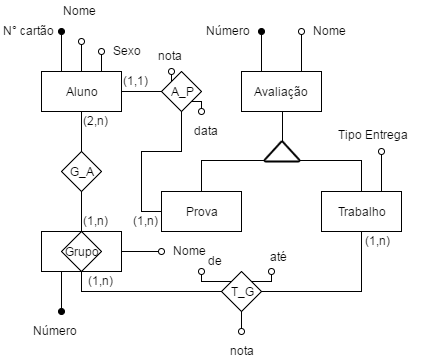
This is T1/pdf/imgs/ine5423_diagram1.png from mrcaique/ufsc-ine5423, a draw.io export, as it was before one commit. Source tidied: cells renumbered, new cells last; positions are measured from the earlier drawing's top-left corner, leaving out a move shared by most shapes.
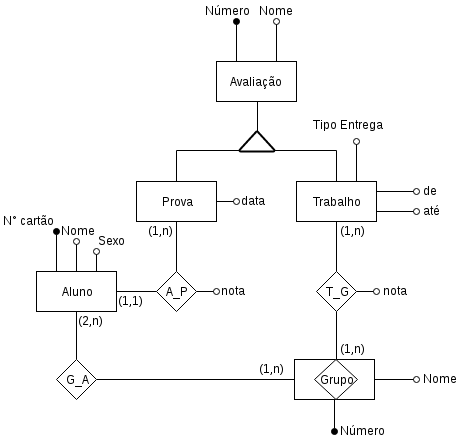
After the change.

What changed in the source:
```diff
@@ -2,29 +2,26 @@
   <root>
     <mxCell id="0" />
     <mxCell id="1" parent="0" />
-    <mxCell id="2" style="edgeStyle=orthogonalEdgeStyle;rounded=0;html=1;exitX=1;exitY=0.5;entryX=0;entryY=0.5;jettySize=auto;endArrow=none;endFill=0;" parent="1" edge="1" source="7" target="23">
-      <mxGeometry relative="1" as="geometry" />
-    </mxCell>
     <mxCell id="3" style="edgeStyle=orthogonalEdgeStyle;rounded=0;html=1;exitX=0.5;exitY=1;entryX=0.5;entryY=0;endArrow=none;endFill=0;jettySize=auto;" parent="1" edge="1" source="7" target="25">
       <mxGeometry relative="1" as="geometry" />
     </mxCell>
     <mxCell id="4" style="edgeStyle=orthogonalEdgeStyle;rounded=0;html=1;exitX=0.25;exitY=0;endArrow=oval;endFill=1;jettySize=auto;" parent="1" edge="1" source="7">
       <mxGeometry relative="1" as="geometry">
-        <mxPoint x="60" y="30" as="targetPoint" />
+        <mxPoint x="80" y="240" as="targetPoint" />
       </mxGeometry>
     </mxCell>
     <mxCell id="5" style="edgeStyle=orthogonalEdgeStyle;rounded=0;html=1;exitX=0.5;exitY=0;endArrow=oval;endFill=0;jettySize=auto;" parent="1" edge="1" source="7">
       <mxGeometry relative="1" as="geometry">
-        <mxPoint x="80" y="40" as="targetPoint" />
+        <mxPoint x="100" y="250" as="targetPoint" />
       </mxGeometry>
     </mxCell>
     <mxCell id="6" style="edgeStyle=orthogonalEdgeStyle;rounded=0;html=1;exitX=0.75;exitY=0;endArrow=oval;endFill=0;jettySize=auto;" parent="1" edge="1" source="7">
       <mxGeometry relative="1" as="geometry">
-        <mxPoint x="100" y="50" as="targetPoint" />
+        <mxPoint x="120" y="260" as="targetPoint" />
       </mxGeometry>
     </mxCell>
     <mxCell id="7" value="Aluno" style="whiteSpace=wrap;html=1;" parent="1" vertex="1">
-      <mxGeometry x="40" y="70" width="80" height="40" as="geometry" />
+      <mxGeometry x="60" y="280" width="80" height="40" as="geometry" />
     </mxCell>
     <mxCell id="8" style="edgeStyle=orthogonalEdgeStyle;rounded=0;html=1;exitX=0.5;exitY=1;entryX=0.5;entryY=0;entryPerimeter=0;endArrow=none;endFill=0;jettySize=auto;" parent="1" edge="1" source="11" target="32">
       <mxGeometry relative="1" as="geometry" />
@@ -42,22 +39,27 @@
     <mxCell id="11" value="Avaliação" style="whiteSpace=wrap;html=1;" parent="1" vertex="1">
       <mxGeometry x="240" y="70" width="80" height="40" as="geometry" />
     </mxCell>
-    <mxCell id="12" style="edgeStyle=orthogonalEdgeStyle;rounded=0;html=1;exitX=0.5;exitY=1;entryX=0;entryY=0.5;endArrow=none;endFill=0;jettySize=auto;" parent="1" edge="1" source="15" target="30">
-      <mxGeometry relative="1" as="geometry" />
-    </mxCell>
-    <mxCell id="13" style="edgeStyle=orthogonalEdgeStyle;rounded=0;html=1;exitX=0.25;exitY=1;endArrow=oval;endFill=1;jettySize=auto;" parent="1" edge="1" source="15">
-      <mxGeometry relative="1" as="geometry">
-        <mxPoint x="60" y="310" as="targetPoint" />
-      </mxGeometry>
-    </mxCell>
-    <mxCell id="14" style="edgeStyle=orthogonalEdgeStyle;rounded=0;html=1;exitX=1;exitY=0.5;endArrow=oval;endFill=0;jettySize=auto;" parent="1" edge="1" source="15">
-      <mxGeometry relative="1" as="geometry">
-        <mxPoint x="160" y="250" as="targetPoint" />
-      </mxGeometry>
-    </mxCell>
+    <mxCell id="53" style="edgeStyle=orthogonalEdgeStyle;rounded=0;html=1;exitX=1;exitY=0.5;endArrow=oval;endFill=0;jettySize=auto;" parent="1" edge="1" source="15">
+      <mxGeometry relative="1" as="geometry">
+        <mxPoint x="440" y="388" as="targetPoint" />
+      </mxGeometry>
+    </mxCell>
+    <mxCell id="54" style="edgeStyle=orthogonalEdgeStyle;rounded=0;html=1;exitX=0.5;exitY=1;endArrow=oval;endFill=1;jettySize=auto;" parent="1" edge="1" source="15">
+      <mxGeometry relative="1" as="geometry">
+        <mxPoint x="358" y="440" as="targetPoint" />
+      </mxGeometry>
+    </mxCell>
+    <mxCell id="55" style="edgeStyle=orthogonalEdgeStyle;rounded=0;html=1;exitX=0;exitY=0.5;entryX=1;entryY=0.5;endArrow=none;endFill=0;jettySize=auto;" parent="1" edge="1" source="15" target="25">
+      <mxGeometry relative="1" as="geometry" />
+    </mxCell>
     <mxCell id="15" style="whiteSpace=wrap;html=1;" parent="1" vertex="1">
-      <mxGeometry x="40" y="230" width="80" height="40" as="geometry" />
+      <mxGeometry x="318" y="368" width="80" height="40" as="geometry" />
     </mxCell>
+    <mxCell id="56" style="edgeStyle=orthogonalEdgeStyle;rounded=0;html=1;exitX=1;exitY=0.5;endArrow=oval;endFill=0;jettySize=auto;" parent="1" edge="1" source="16">
+      <mxGeometry relative="1" as="geometry">
+        <mxPoint x="260" y="210" as="targetPoint" />
+      </mxGeometry>
+    </mxCell>
     <mxCell id="16" value="Prova" style="whiteSpace=wrap;html=1;" parent="1" vertex="1">
       <mxGeometry x="160" y="190" width="80" height="40" as="geometry" />
     </mxCell>
@@ -73,51 +75,49 @@
         <mxPoint x="380" y="150" as="targetPoint" />
       </mxGeometry>
     </mxCell>
+    <mxCell id="57" style="edgeStyle=orthogonalEdgeStyle;rounded=0;html=1;exitX=1;exitY=0.25;endArrow=oval;endFill=0;jettySize=auto;" parent="1" edge="1" source="19">
+      <mxGeometry relative="1" as="geometry">
+        <mxPoint x="440" y="200" as="targetPoint" />
+      </mxGeometry>
+    </mxCell>
+    <mxCell id="58" style="edgeStyle=orthogonalEdgeStyle;rounded=0;html=1;exitX=1;exitY=0.75;endArrow=oval;endFill=0;jettySize=auto;" parent="1" edge="1" source="19">
+      <mxGeometry relative="1" as="geometry">
+        <mxPoint x="440" y="220" as="targetPoint" />
+      </mxGeometry>
+    </mxCell>
+    <mxCell id="59" style="edgeStyle=orthogonalEdgeStyle;rounded=0;html=1;exitX=0.5;exitY=1;entryX=0.5;entryY=0;endArrow=none;endFill=0;jettySize=auto;" parent="1" edge="1" source="19" target="30">
+      <mxGeometry relative="1" as="geometry" />
+    </mxCell>
     <mxCell id="19" value="Trabalho" style="whiteSpace=wrap;html=1;" parent="1" vertex="1">
       <mxGeometry x="320" y="190" width="80" height="40" as="geometry" />
     </mxCell>
-    <mxCell id="20" style="edgeStyle=orthogonalEdgeStyle;rounded=0;html=1;exitX=0.5;exitY=1;entryX=0;entryY=0.5;endArrow=none;endFill=0;jettySize=auto;" parent="1" edge="1" source="23" target="16">
+    <mxCell id="20" style="edgeStyle=orthogonalEdgeStyle;rounded=0;html=1;exitX=0.5;exitY=0;entryX=0.5;entryY=1;endArrow=none;endFill=0;jettySize=auto;" parent="1" edge="1" source="23" target="16">
       <mxGeometry relative="1" as="geometry" />
     </mxCell>
-    <mxCell id="21" style="edgeStyle=orthogonalEdgeStyle;rounded=0;html=1;exitX=0;exitY=0;endArrow=oval;endFill=0;jettySize=auto;" parent="1" edge="1" source="23">
-      <mxGeometry relative="1" as="geometry">
-        <mxPoint x="170" y="70" as="targetPoint" />
-      </mxGeometry>
-    </mxCell>
-    <mxCell id="22" style="edgeStyle=orthogonalEdgeStyle;rounded=0;html=1;exitX=1;exitY=1;endArrow=oval;endFill=0;jettySize=auto;" parent="1" edge="1" source="23">
-      <mxGeometry relative="1" as="geometry">
-        <mxPoint x="200" y="110" as="targetPoint" />
-      </mxGeometry>
-    </mxCell>
+    <mxCell id="60" style="edgeStyle=orthogonalEdgeStyle;rounded=0;html=1;exitX=1;exitY=0.5;endArrow=oval;endFill=0;jettySize=auto;" parent="1" edge="1" source="23">
+      <mxGeometry relative="1" as="geometry">
+        <mxPoint x="240" y="300" as="targetPoint" />
+      </mxGeometry>
+    </mxCell>
+    <mxCell id="61" style="edgeStyle=orthogonalEdgeStyle;rounded=0;html=1;exitX=0;exitY=0.5;entryX=1;entryY=0.5;endArrow=none;endFill=0;jettySize=auto;" parent="1" edge="1" source="23" target="7">
+      <mxGeometry relative="1" as="geometry" />
+    </mxCell>
     <mxCell id="23" value="A_P" style="rhombus;whiteSpace=wrap;html=1;" parent="1" vertex="1">
-      <mxGeometry x="160" y="70" width="40" height="40" as="geometry" />
+      <mxGeometry x="180" y="280" width="40" height="40" as="geometry" />
     </mxCell>
-    <mxCell id="24" style="edgeStyle=orthogonalEdgeStyle;rounded=0;html=1;exitX=0.5;exitY=1;entryX=0.5;entryY=0;endArrow=none;endFill=0;jettySize=auto;" parent="1" edge="1" source="25" target="15">
-      <mxGeometry relative="1" as="geometry" />
-    </mxCell>
     <mxCell id="25" value="G_A" style="rhombus;whiteSpace=wrap;html=1;" parent="1" vertex="1">
-      <mxGeometry x="60" y="150" width="40" height="40" as="geometry" />
+      <mxGeometry x="80" y="368" width="40" height="40" as="geometry" />
     </mxCell>
-    <mxCell id="26" style="edgeStyle=orthogonalEdgeStyle;rounded=0;html=1;exitX=1;exitY=0.5;entryX=0.5;entryY=1;endArrow=none;endFill=0;jettySize=auto;" parent="1" edge="1" source="30" target="19">
-      <mxGeometry relative="1" as="geometry" />
-    </mxCell>
-    <mxCell id="27" style="edgeStyle=orthogonalEdgeStyle;rounded=0;html=1;exitX=1;exitY=0;endArrow=oval;endFill=0;jettySize=auto;" parent="1" edge="1" source="30">
-      <mxGeometry relative="1" as="geometry">
-        <mxPoint x="270" y="270" as="targetPoint" />
-      </mxGeometry>
-    </mxCell>
-    <mxCell id="28" style="edgeStyle=orthogonalEdgeStyle;rounded=0;html=1;exitX=0;exitY=0;endArrow=oval;endFill=0;jettySize=auto;" parent="1" edge="1" source="30">
-      <mxGeometry relative="1" as="geometry">
-        <mxPoint x="200" y="270" as="targetPoint" />
-      </mxGeometry>
-    </mxCell>
-    <mxCell id="29" style="edgeStyle=orthogonalEdgeStyle;rounded=0;html=1;exitX=0.5;exitY=1;endArrow=oval;endFill=0;jettySize=auto;" parent="1" edge="1" source="30">
-      <mxGeometry relative="1" as="geometry">
-        <mxPoint x="240" y="330" as="targetPoint" />
-      </mxGeometry>
-    </mxCell>
+    <mxCell id="62" style="edgeStyle=orthogonalEdgeStyle;rounded=0;html=1;exitX=1;exitY=0.5;endArrow=oval;endFill=0;jettySize=auto;" parent="1" edge="1" source="30">
+      <mxGeometry relative="1" as="geometry">
+        <mxPoint x="400" y="300" as="targetPoint" />
+      </mxGeometry>
+    </mxCell>
+    <mxCell id="63" style="edgeStyle=orthogonalEdgeStyle;rounded=0;html=1;exitX=0.5;exitY=1;entryX=0.5;entryY=0;endArrow=none;endFill=0;jettySize=auto;" parent="1" edge="1" source="30" target="36">
+      <mxGeometry relative="1" as="geometry" />
+    </mxCell>
     <mxCell id="30" value="T_G" style="rhombus;whiteSpace=wrap;html=1;" parent="1" vertex="1">
-      <mxGeometry x="220" y="270" width="40" height="40" as="geometry" />
+      <mxGeometry x="340" y="280" width="40" height="40" as="geometry" />
     </mxCell>
     <mxCell id="31" style="edgeStyle=orthogonalEdgeStyle;rounded=0;html=1;exitX=0.01;exitY=0.97;exitPerimeter=0;entryX=0.5;entryY=0;endArrow=none;endFill=0;jettySize=auto;" parent="1" edge="1" source="32" target="16">
       <mxGeometry relative="1" as="geometry">
@@ -130,64 +130,64 @@
       <mxGeometry x="263" y="140" width="35" height="20" as="geometry" />
     </mxCell>
     <mxCell id="33" value="N° cartão" style="text;html=1;align=left;verticalAlign=top;spacingTop=-4;" parent="1" vertex="1">
-      <mxGeometry y="20" width="70" height="20" as="geometry" />
+      <mxGeometry x="25" y="220" width="70" height="20" as="geometry" />
     </mxCell>
     <mxCell id="34" value="Nome" style="text;html=1;align=left;verticalAlign=top;spacingTop=-4;" parent="1" vertex="1">
-      <mxGeometry x="60" width="50" height="20" as="geometry" />
+      <mxGeometry x="83" y="230" width="50" height="20" as="geometry" />
     </mxCell>
     <mxCell id="35" value="Sexo" style="text;html=1;align=left;verticalAlign=top;spacingTop=-4;" parent="1" vertex="1">
-      <mxGeometry x="110" y="40" width="40" height="20" as="geometry" />
+      <mxGeometry x="120" y="240" width="40" height="20" as="geometry" />
     </mxCell>
     <mxCell id="36" value="Grupo" style="rhombus;whiteSpace=wrap;html=1;" parent="1" vertex="1">
-      <mxGeometry x="60" y="230" width="40" height="40" as="geometry" />
+      <mxGeometry x="338" y="368" width="43" height="40" as="geometry" />
     </mxCell>
     <mxCell id="37" value="Número" style="text;html=1;align=left;verticalAlign=top;spacingTop=-4;" parent="1" vertex="1">
-      <mxGeometry x="30" y="320" width="60" height="20" as="geometry" />
+      <mxGeometry x="362" y="430" width="60" height="20" as="geometry" />
     </mxCell>
     <mxCell id="38" value="Nome" style="text;html=1;align=left;verticalAlign=top;spacingTop=-4;" parent="1" vertex="1">
-      <mxGeometry x="170" y="240" width="50" height="20" as="geometry" />
+      <mxGeometry x="445" y="378" width="50" height="20" as="geometry" />
     </mxCell>
     <mxCell id="39" value="Número" style="text;html=1;align=left;verticalAlign=top;spacingTop=-4;" parent="1" vertex="1">
-      <mxGeometry x="203" y="20" width="60" height="20" as="geometry" />
+      <mxGeometry x="227" y="10" width="60" height="20" as="geometry" />
     </mxCell>
     <mxCell id="40" value="Nome" style="text;html=1;align=left;verticalAlign=top;spacingTop=-4;" parent="1" vertex="1">
-      <mxGeometry x="310" y="20" width="50" height="20" as="geometry" />
+      <mxGeometry x="281" y="10" width="50" height="20" as="geometry" />
     </mxCell>
     <mxCell id="41" value="Tipo Entrega" style="text;html=1;align=left;verticalAlign=top;spacingTop=-4;" parent="1" vertex="1">
       <mxGeometry x="335" y="124" width="90" height="20" as="geometry" />
     </mxCell>
     <mxCell id="42" value="até" style="text;html=1;align=left;verticalAlign=top;spacingTop=-4;" parent="1" vertex="1">
-      <mxGeometry x="267" y="246" width="30" height="20" as="geometry" />
+      <mxGeometry x="445" y="210" width="30" height="20" as="geometry" />
     </mxCell>
     <mxCell id="43" value="de" style="text;html=1;align=left;verticalAlign=top;spacingTop=-4;" parent="1" vertex="1">
-      <mxGeometry x="205" y="250" width="30" height="20" as="geometry" />
+      <mxGeometry x="445" y="190" width="30" height="20" as="geometry" />
     </mxCell>
     <mxCell id="44" value="nota" style="text;html=1;align=left;verticalAlign=top;spacingTop=-4;" parent="1" vertex="1">
-      <mxGeometry x="227" y="340" width="40" height="20" as="geometry" />
+      <mxGeometry x="405" y="290" width="40" height="20" as="geometry" />
     </mxCell>
-    <mxCell id="45" value="nota" style="text;html=1;align=left;verticalAlign=top;spacingTop=-4;" parent="1" vertex="1">
-      <mxGeometry x="155" y="45" width="40" height="20" as="geometry" />
-    </mxCell>
     <mxCell id="46" value="data" style="text;html=1;align=left;verticalAlign=top;spacingTop=-4;" parent="1" vertex="1">
-      <mxGeometry x="191" y="120" width="40" height="20" as="geometry" />
+      <mxGeometry x="263" y="200" width="40" height="20" as="geometry" />
     </mxCell>
     <mxCell id="47" value="(1,1)" style="text;html=1;align=left;verticalAlign=top;spacingTop=-4;" parent="1" vertex="1">
-      <mxGeometry x="120" y="70" width="40" height="20" as="geometry" />
+      <mxGeometry x="140" y="300" width="40" height="20" as="geometry" />
     </mxCell>
     <mxCell id="48" value="(1,n)" style="text;html=1;align=left;verticalAlign=top;spacingTop=-4;" parent="1" vertex="1">
-      <mxGeometry x="130" y="210" width="40" height="20" as="geometry" />
+      <mxGeometry x="170" y="230" width="40" height="20" as="geometry" />
     </mxCell>
     <mxCell id="49" value="(1,n)" style="text;html=1;align=left;verticalAlign=top;spacingTop=-4;" parent="1" vertex="1">
       <mxGeometry x="362" y="230" width="40" height="20" as="geometry" />
     </mxCell>
     <mxCell id="50" value="(1,n)" style="text;html=1;align=left;verticalAlign=top;spacingTop=-4;" parent="1" vertex="1">
-      <mxGeometry x="85" y="270" width="40" height="20" as="geometry" />
+      <mxGeometry x="281" y="368" width="40" height="20" as="geometry" />
     </mxCell>
     <mxCell id="51" value="(2,n)" style="text;html=1;align=left;verticalAlign=top;spacingTop=-4;" parent="1" vertex="1">
-      <mxGeometry x="80" y="110" width="40" height="20" as="geometry" />
+      <mxGeometry x="100" y="320" width="40" height="20" as="geometry" />
     </mxCell>
     <mxCell id="52" value="(1,n)" style="text;html=1;align=left;verticalAlign=top;spacingTop=-4;" parent="1" vertex="1">
-      <mxGeometry x="80" y="210" width="40" height="20" as="geometry" />
+      <mxGeometry x="362" y="348" width="40" height="20" as="geometry" />
     </mxCell>
+    <mxCell id="45" value="nota" style="text;html=1;align=left;verticalAlign=top;spacingTop=-4;" parent="1" vertex="1">
+      <mxGeometry x="243" y="290" width="40" height="20" as="geometry" />
+    </mxCell>
   </root>
 </mxGraphModel>
```
